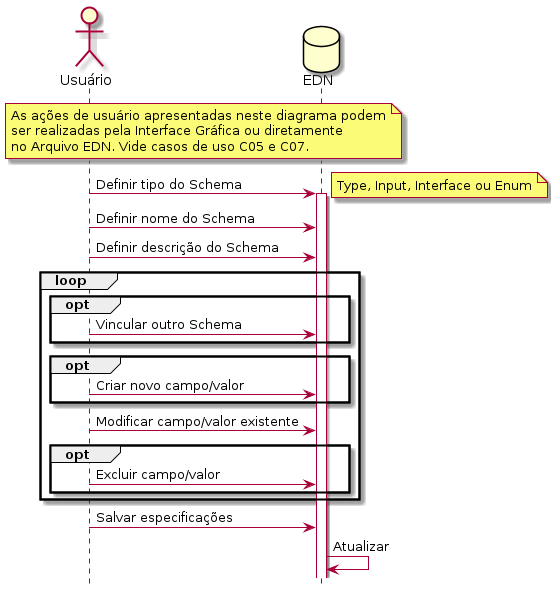
This is Artefatos/Diagramas/Sequência/C03.png from ICEI-PUC-Minas-PPLES-TI/plf-es-2022-1-tcci-5308100-dev-marlon-silva, a PlantUML export, as it was before one commit.
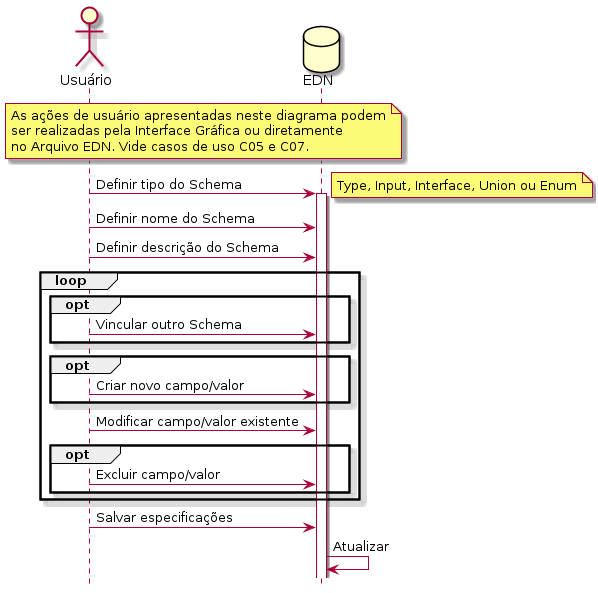
The same file after the commit.

The edit, as a diff of the source:
```diff
@@ -1,4 +1,9 @@
 @startuml c03
+skin rose
+
+skinparam {
+DatabaseBorderColor black
+}
 
 hide footbox
 
@@ -15,7 +20,7 @@
 activate edn
 
 note right
-    Type, Input, Interface ou Enum
+    Type, Input, Interface, Union ou Enum
 end note
 
 usr -> edn: Definir nome do Schema
```
